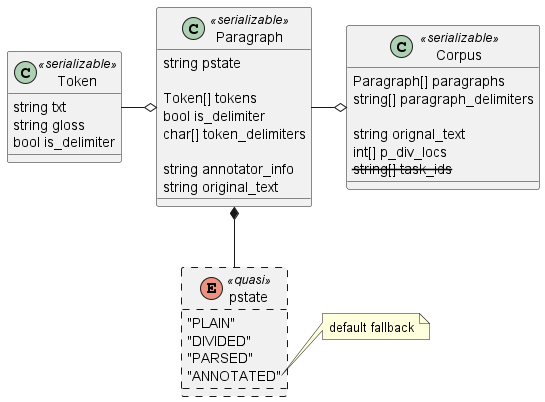
This is docs/design/images/class_serializable.png from parkchamchi/GlossySnake, a PlantUML export, as it was before one commit.
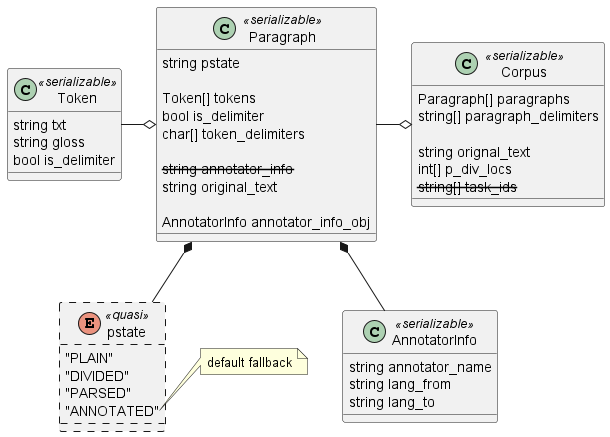
Later version of the same file.

Commit message:
working `annotator_info_obj`

Change to the diagram source:
```diff
@@ -13,8 +13,10 @@
 	bool is_delimiter
 	char[] token_delimiters
 
-	string annotator_info
+	<strike>string annotator_info</strike>
 	string original_text
+
+	AnnotatorInfo annotator_info_obj
 }
 Paragraph o-left- Token
 
@@ -39,4 +41,11 @@
 	default fallback
 end note
 
+class AnnotatorInfo <<serializable>> {
+	string annotator_name
+	string lang_from
+	string lang_to
+}
+Paragraph *-- AnnotatorInfo
+
 @enduml
```
